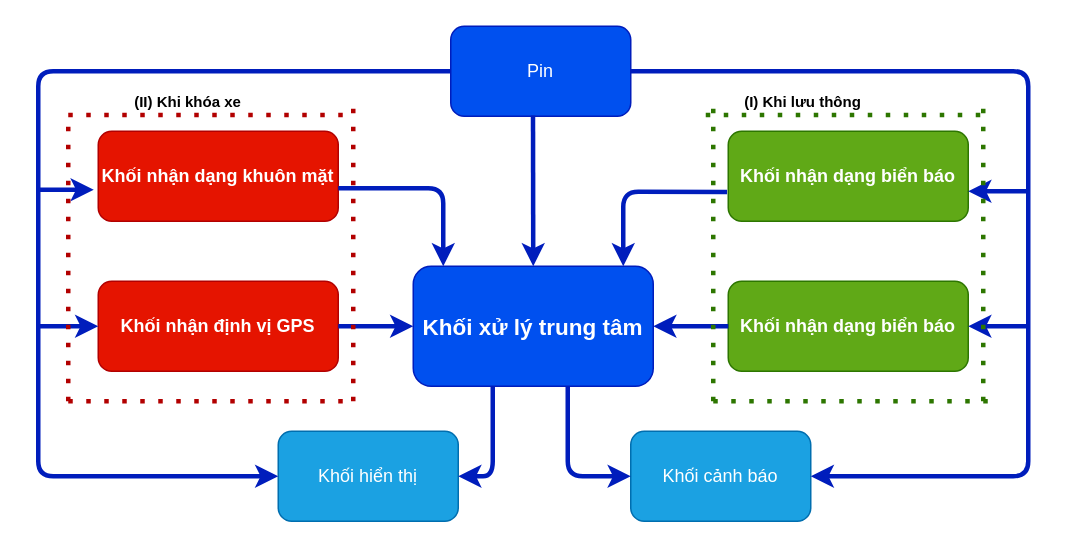
Earlier version of the draw.io diagram page "Page-2" (2 of 2) of Untitled Diagram123.drawio (truongvanthinh/AutonomousCar). Source tidied: cells renumbered, new cells numbered last; positions are measured from the earlier drawing's top-left corner, leaving out a move shared by most shapes. Both pictures are drawn from the tidied source at 150%, with x=0, y=0 at pixel (38, 26).
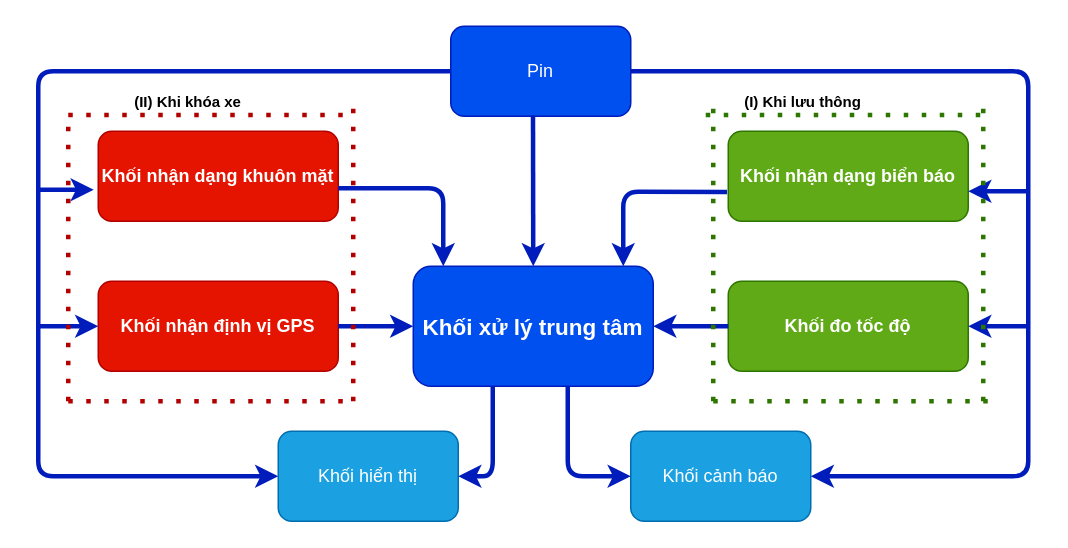
The same diagram, later.

What changed in the source:
```diff
@@
-    <mxCell id="4" value="&lt;b&gt;Khối nhận dạng biển báo&lt;/b&gt;" style="rounded=1;whiteSpace=wrap;html=1;fillColor=#60a917;strokeColor=#2D7600;fontColor=#ffffff;" parent="1" vertex="1">
+    <mxCell id="4" value="&lt;b&gt;Khối đo tốc độ&lt;/b&gt;" style="rounded=1;whiteSpace=wrap;html=1;fillColor=#60a917;strokeColor=#2D7600;fontColor=#ffffff;" parent="1" vertex="1">
       <mxGeometry x="460" y="170" width="160" height="60" as="geometry" />
     </mxCell>
```
